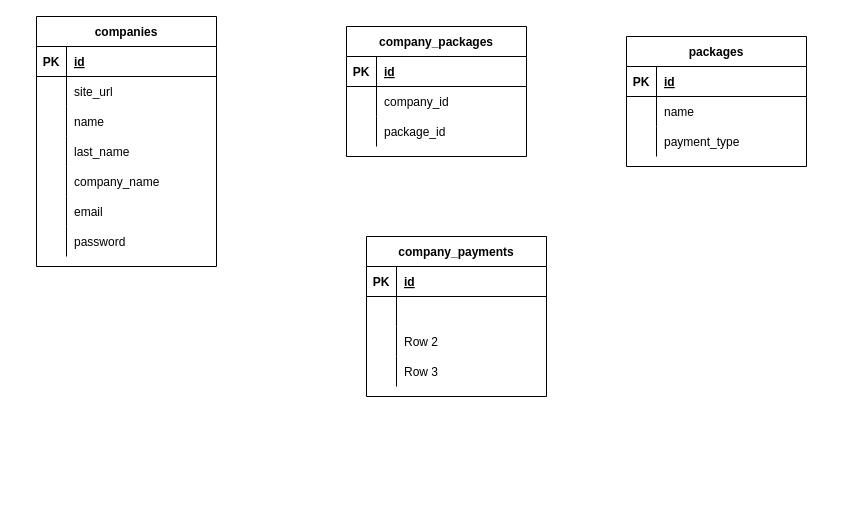
The draw.io diagram assets/database-schema.drawio in abdyek/kobisi-task-api, before the edit. Source tidied: cells renumbered, new cells numbered last; positions are measured from the earlier drawing's top-left corner, leaving out a move shared by most shapes. Both pictures are drawn from the tidied source at 100%, with x=0, y=0 at pixel (36, 16).
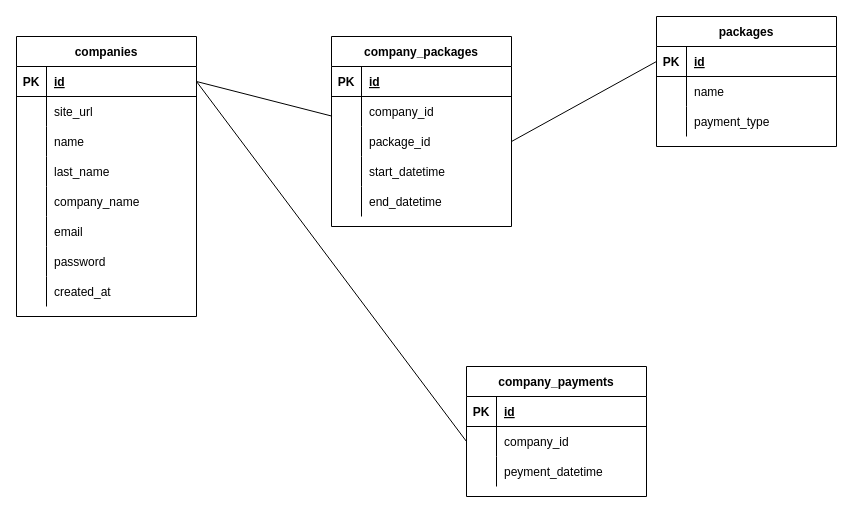
After the change.

The change refers to these unchanged cells:
```xml
<mxCell id="3" style="shape=partialRectangle;fillColor=none;top=0;left=0;bottom=1;right=0;points=[[0,0.5],[1,0.5]];portConstraint=eastwest;" parent="2" vertex="1">
  <mxGeometry y="30" width="180" height="30" as="geometry" />
</mxCell>
<mxCell id="25" style="shape=partialRectangle;fillColor=none;top=0;left=0;bottom=1;right=0;points=[[0,0.5],[1,0.5]];portConstraint=eastwest;" parent="24" vertex="1">
  <mxGeometry y="30" width="180" height="30" as="geometry" />
</mxCell>
<mxCell id="38" style="shape=partialRectangle;fillColor=none;top=0;left=0;bottom=0;right=0;points=[[0,0.5],[1,0.5]];portConstraint=eastwest;" parent="34" vertex="1">
  <mxGeometry y="60" width="180" height="30" as="geometry" />
</mxCell>
<mxCell id="41" style="shape=partialRectangle;fillColor=none;top=0;left=0;bottom=0;right=0;points=[[0,0.5],[1,0.5]];portConstraint=eastwest;" parent="34" vertex="1">
  <mxGeometry y="90" width="180" height="30" as="geometry" />
</mxCell>
<mxCell id="48" style="shape=partialRectangle;fillColor=none;top=0;left=0;bottom=0;right=0;points=[[0,0.5],[1,0.5]];portConstraint=eastwest;" parent="44" vertex="1">
  <mxGeometry y="60" width="180" height="30" as="geometry" />
</mxCell>
```

Change to the diagram source:
```diff
@@
     <mxCell id="2" value="companies" style="shape=table;startSize=30;childLayout=tableLayout;rowLines=0;fontStyle=1;align=center;" parent="1" vertex="1">
-      <mxGeometry width="180" height="250" as="geometry" />
+      <mxGeometry x="-20" y="20" width="180" height="280" as="geometry" />
     </mxCell>
@@
+    <mxCell id="57" style="shape=partialRectangle;fillColor=none;top=0;left=0;bottom=0;right=0;" parent="2" vertex="1">
+      <mxGeometry y="240" width="180" height="30" as="geometry" />
+    </mxCell>
+    <mxCell id="58" style="shape=partialRectangle;fillColor=none;top=0;left=0;bottom=0;right=0;overflow=hidden;" parent="57" vertex="1">
+      <mxGeometry width="30" height="30" as="geometry" />
+    </mxCell>
+    <mxCell id="59" value="created_at" style="shape=partialRectangle;fillColor=none;top=0;left=0;bottom=0;right=0;align=left;spacingLeft=6;overflow=hidden;" parent="57" vertex="1">
+      <mxGeometry x="30" width="150" height="30" as="geometry" />
+    </mxCell>
     <mxCell id="24" value="packages" style="shape=table;startSize=30;childLayout=tableLayout;rowLines=0;fontStyle=1;align=center;" parent="1" vertex="1">
-      <mxGeometry x="590" y="20" width="180" height="130" as="geometry" />
+      <mxGeometry x="620" width="180" height="130" as="geometry" />
     </mxCell>
@@
     <mxCell id="34" value="company_packages" style="shape=table;startSize=30;childLayout=tableLayout;rowLines=0;fontStyle=1;align=center;" parent="1" vertex="1">
-      <mxGeometry x="310" y="10" width="180" height="130" as="geometry" />
+      <mxGeometry x="295" y="20" width="180" height="190" as="geometry" />
     </mxCell>
@@
+    <mxCell id="60" style="shape=partialRectangle;fillColor=none;top=0;left=0;bottom=0;right=0;" parent="34" vertex="1">
+      <mxGeometry y="120" width="180" height="30" as="geometry" />
+    </mxCell>
+    <mxCell id="61" style="shape=partialRectangle;fillColor=none;top=0;left=0;bottom=0;right=0;overflow=hidden;" parent="60" vertex="1">
+      <mxGeometry width="30" height="30" as="geometry" />
+    </mxCell>
+    <mxCell id="62" value="start_datetime" style="shape=partialRectangle;fillColor=none;top=0;left=0;bottom=0;right=0;align=left;spacingLeft=6;overflow=hidden;" parent="60" vertex="1">
+      <mxGeometry x="30" width="150" height="30" as="geometry" />
+    </mxCell>
+    <mxCell id="63" style="shape=partialRectangle;fillColor=none;top=0;left=0;bottom=0;right=0;" parent="34" vertex="1">
+      <mxGeometry y="150" width="180" height="30" as="geometry" />
+    </mxCell>
+    <mxCell id="64" style="shape=partialRectangle;fillColor=none;top=0;left=0;bottom=0;right=0;overflow=hidden;" parent="63" vertex="1">
+      <mxGeometry width="30" height="30" as="geometry" />
+    </mxCell>
+    <mxCell id="65" value="end_datetime" style="shape=partialRectangle;fillColor=none;top=0;left=0;bottom=0;right=0;align=left;spacingLeft=6;overflow=hidden;" parent="63" vertex="1">
+      <mxGeometry x="30" width="150" height="30" as="geometry" />
+    </mxCell>
     <mxCell id="44" value="company_payments" style="shape=table;startSize=30;childLayout=tableLayout;rowLines=0;fontStyle=1;align=center;" parent="1" vertex="1">
-      <mxGeometry x="330" y="220" width="180" height="160" as="geometry" />
+      <mxGeometry x="430" y="350" width="180" height="130" as="geometry" />
     </mxCell>
@@
-    <mxCell id="50" style="shape=partialRectangle;fillColor=none;top=0;left=0;bottom=0;right=0;align=left;spacingLeft=6;overflow=hidden;" parent="48" vertex="1">
+    <mxCell id="50" value="company_id" style="shape=partialRectangle;fillColor=none;top=0;left=0;bottom=0;right=0;align=left;spacingLeft=6;overflow=hidden;" parent="48" vertex="1">
       <mxGeometry x="30" width="150" height="30" as="geometry" />
     </mxCell>
-    <mxCell id="51" style="shape=partialRectangle;fillColor=none;top=0;left=0;bottom=0;right=0;" parent="44" vertex="1">
-      <mxGeometry y="90" width="180" height="30" as="geometry" />
-    </mxCell>
-    <mxCell id="52" style="shape=partialRectangle;fillColor=none;top=0;left=0;bottom=0;right=0;overflow=hidden;" parent="51" vertex="1">
-      <mxGeometry width="30" height="30" as="geometry" />
-    </mxCell>
-    <mxCell id="53" value="Row 2" style="shape=partialRectangle;fillColor=none;top=0;left=0;bottom=0;right=0;align=left;spacingLeft=6;overflow=hidden;" parent="51" vertex="1">
-      <mxGeometry x="30" width="150" height="30" as="geometry" />
-    </mxCell>
     <mxCell id="54" style="shape=partialRectangle;fillColor=none;top=0;left=0;bottom=0;right=0;" parent="44" vertex="1">
-      <mxGeometry y="120" width="180" height="30" as="geometry" />
+      <mxGeometry y="90" width="180" height="30" as="geometry" />
     </mxCell>
@@
-    <mxCell id="56" value="Row 3" style="shape=partialRectangle;fillColor=none;top=0;left=0;bottom=0;right=0;align=left;spacingLeft=6;overflow=hidden;" parent="54" vertex="1">
+    <mxCell id="56" value="peyment_datetime" style="shape=partialRectangle;fillColor=none;top=0;left=0;bottom=0;right=0;align=left;spacingLeft=6;overflow=hidden;" parent="54" vertex="1">
       <mxGeometry x="30" width="150" height="30" as="geometry" />
     </mxCell>
+    <mxCell id="66" style="endArrow=none;html=1;rounded=0;exitX=1;exitY=0.5;exitDx=0;exitDy=0;entryX=0.003;entryY=0.655;entryDx=0;entryDy=0;entryPerimeter=0;" parent="1" edge="1" source="3" target="38">
+      <mxGeometry relative="1" as="geometry" />
+    </mxCell>
+    <mxCell id="67" style="endArrow=none;html=1;rounded=0;exitX=0;exitY=0.5;exitDx=0;exitDy=0;entryX=1;entryY=0.5;entryDx=0;entryDy=0;" parent="1" edge="1" source="25" target="41">
+      <mxGeometry relative="1" as="geometry" />
+    </mxCell>
+    <mxCell id="68" style="endArrow=none;html=1;rounded=0;exitX=1;exitY=0.5;exitDx=0;exitDy=0;entryX=0;entryY=0.5;entryDx=0;entryDy=0;" parent="1" edge="1" source="3" target="48">
+      <mxGeometry relative="1" as="geometry" />
+    </mxCell>
```
